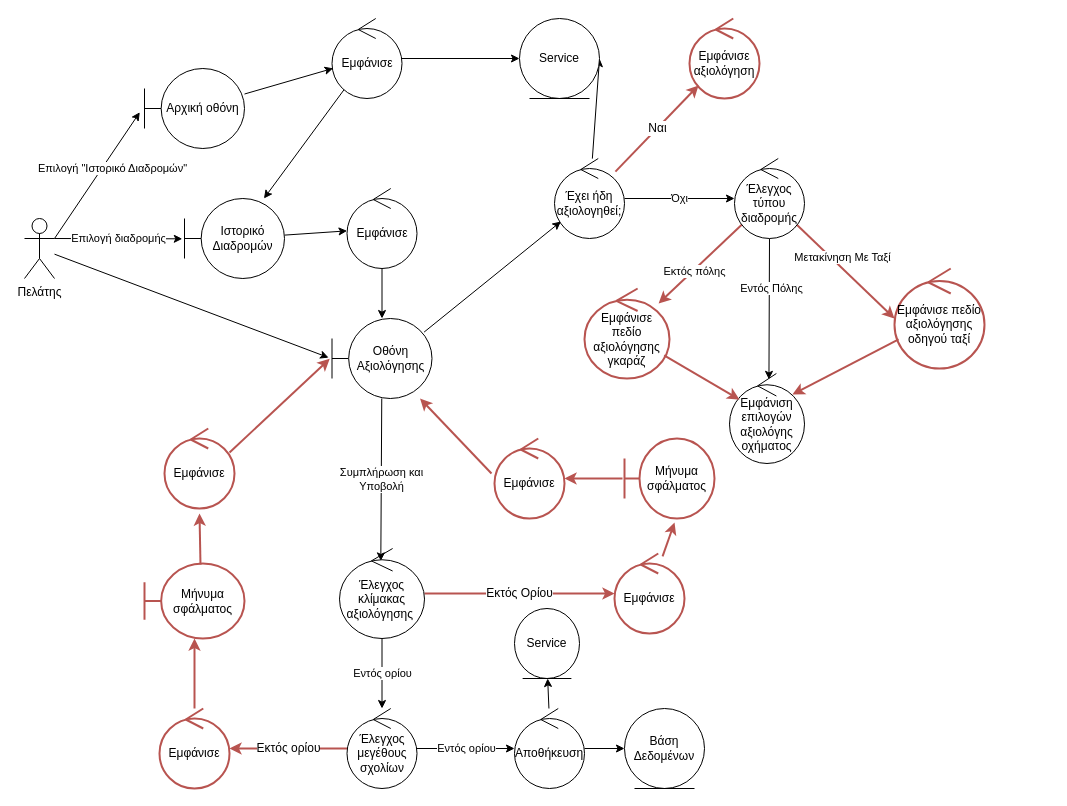
Above: Part_3/Robustness/diagrams/15_Αξιολόγηση.drawio in Nikolis2002/texnoligia_logismikou (draw.io), before the change. Source tidied: cells renumbered, new cells numbered last; positions are measured from the earlier drawing's top-left corner, leaving out a move shared by most shapes. Both pictures are drawn from the tidied source at 100%, with x=0, y=0 at pixel (24, 18).
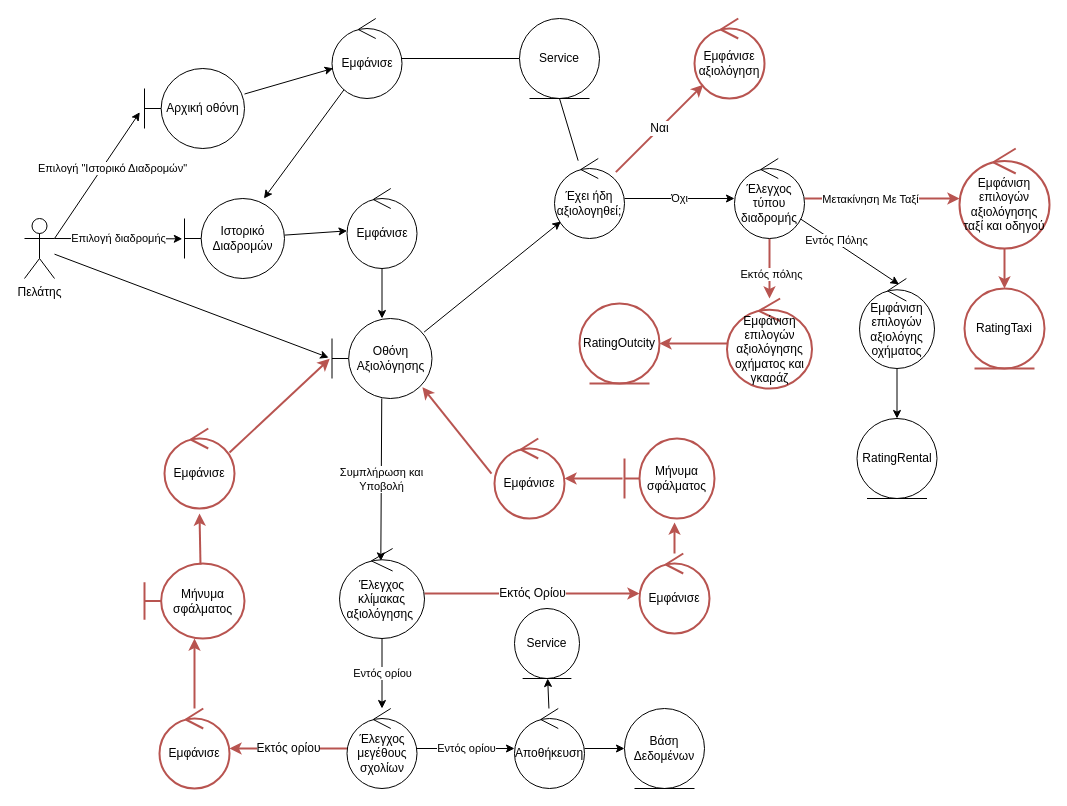
After the change.

Unchanged cells that the change refers to:
```xml
<mxCell id="40" value="Εμφάνισε" style="ellipse;shape=umlControl;whiteSpace=wrap;html=1;" parent="1" vertex="1">
  <mxGeometry x="307.5" width="70" height="80" as="geometry" />
</mxCell>
<mxCell id="44" value="Έχει ήδη αξιολογηθεί;" style="ellipse;shape=umlControl;whiteSpace=wrap;html=1;" parent="1" vertex="1">
  <mxGeometry x="530" y="140" width="70" height="80" as="geometry" />
</mxCell>
<mxCell id="46" value="Service" style="ellipse;shape=umlEntity;whiteSpace=wrap;html=1;" parent="1" vertex="1">
  <mxGeometry x="495" width="80" height="80" as="geometry" />
</mxCell>
<mxCell id="52" value="Εμφάνισε" style="ellipse;shape=umlControl;whiteSpace=wrap;html=1;strokeColor=#b85450;fillColor=none;strokeWidth=2;" parent="1" vertex="1">
  <mxGeometry x="470" y="420" width="70" height="80" as="geometry" />
</mxCell>
<mxCell id="59" value="Οθόνη Αξιολόγησης" style="shape=umlBoundary;whiteSpace=wrap;html=1;" parent="1" vertex="1">
  <mxGeometry x="307.5" y="300" width="100" height="80" as="geometry" />
</mxCell>
```

Change to the diagram source:
```diff
@@
+    <mxCell id="60" style="edgeStyle=none;html=1;" parent="1" edge="1" source="16" target="64">
+      <mxGeometry relative="1" as="geometry" />
+    </mxCell>
     <mxCell id="16" value="Εμφάνιση επιλογών αξιολόγης οχήματος" style="ellipse;shape=umlControl;whiteSpace=wrap;html=1;fillColor=default;strokeColor=default;strokeWidth=1;" parent="1" vertex="1">
-      <mxGeometry x="705" y="355" width="75" height="90" as="geometry" />
+      <mxGeometry x="835" y="260" width="75" height="90" as="geometry" />
     </mxCell>
@@
-    <mxCell id="28" style="edgeStyle=none;html=1;entryX=0.133;entryY=0.289;entryDx=0;entryDy=0;entryPerimeter=0;fontSize=12;fillColor=none;strokeColor=#b85450;strokeWidth=2;" parent="1" edge="1" source="29" target="16">
-      <mxGeometry relative="1" as="geometry" />
-    </mxCell>
+    <mxCell id="61" style="edgeStyle=none;html=1;fontSize=12;fillColor=none;strokeColor=#b85450;strokeWidth=2;" parent="1" edge="1" source="29" target="65">
+      <mxGeometry relative="1" as="geometry" />
+    </mxCell>
-    <mxCell id="29" value="Εμφάνισε πεδίο αξιολόγησης γκαράζ" style="ellipse;shape=umlControl;whiteSpace=wrap;html=1;strokeColor=#b85450;fillColor=none;strokeWidth=2;" parent="1" vertex="1">
-      <mxGeometry x="560" y="270" width="85" height="90" as="geometry" />
+    <mxCell id="29" value="Εμφάνιση επιλογών αξιολόγησης οχήματος και γκαράζ" style="ellipse;shape=umlControl;whiteSpace=wrap;html=1;strokeColor=#b85450;fillColor=none;strokeWidth=2;" parent="1" vertex="1">
+      <mxGeometry x="702.5" y="280" width="85" height="90" as="geometry" />
     </mxCell>
-    <mxCell id="30" style="edgeStyle=none;html=1;entryX=0.84;entryY=0.233;entryDx=0;entryDy=0;entryPerimeter=0;fontSize=12;fillColor=none;strokeColor=#b85450;strokeWidth=2;" parent="1" edge="1" source="31" target="16">
-      <mxGeometry relative="1" as="geometry" />
-    </mxCell>
+    <mxCell id="62" style="edgeStyle=none;html=1;fontSize=12;fillColor=none;strokeColor=#b85450;strokeWidth=2;" parent="1" edge="1" source="31" target="63">
+      <mxGeometry relative="1" as="geometry" />
+    </mxCell>
-    <mxCell id="31" value="Εμφάνισε πεδίο αξιολόγησης οδηγού ταξί" style="ellipse;shape=umlControl;whiteSpace=wrap;html=1;strokeColor=#b85450;fillColor=none;strokeWidth=2;" parent="1" vertex="1">
-      <mxGeometry x="870" y="250" width="90" height="100" as="geometry" />
+    <mxCell id="31" value="Εμφάνιση επιλογών αξιολόγησης ταξί και οδηγού" style="ellipse;shape=umlControl;whiteSpace=wrap;html=1;strokeColor=#b85450;fillColor=none;strokeWidth=2;" parent="1" vertex="1">
+      <mxGeometry x="935" y="130" width="90" height="100" as="geometry" />
     </mxCell>
@@
     <mxCell id="33" value="Εμφάνισε" style="ellipse;shape=umlControl;whiteSpace=wrap;html=1;strokeColor=#b85450;fillColor=none;strokeWidth=2;" parent="1" vertex="1">
-      <mxGeometry x="590" y="535" width="70" height="80" as="geometry" />
+      <mxGeometry x="615" y="535" width="70" height="80" as="geometry" />
     </mxCell>
@@
-    <mxCell id="39" style="edgeStyle=none;html=1;entryX=0;entryY=0.5;entryDx=0;entryDy=0;" parent="1" edge="1" source="40" target="46">
+    <mxCell id="39" style="edgeStyle=none;html=1;entryX=0;entryY=0.5;entryDx=0;entryDy=0;endArrow=none;endFill=0;" parent="1" edge="1" source="40" target="46">
       <mxGeometry relative="1" as="geometry" />
     </mxCell>
@@
-    <mxCell id="42" style="edgeStyle=none;html=1;entryX=1;entryY=0.5;entryDx=0;entryDy=0;" parent="1" edge="1" source="44" target="46">
+    <mxCell id="42" style="edgeStyle=none;html=1;entryX=0.5;entryY=1;entryDx=0;entryDy=0;endArrow=none;endFill=0;" parent="1" edge="1" source="44" target="46">
       <mxGeometry relative="1" as="geometry" />
     </mxCell>
@@
     <mxCell id="45" value="Εμφάνισε&lt;br&gt;αξιολόγηση" style="ellipse;shape=umlControl;whiteSpace=wrap;html=1;fillColor=none;strokeColor=#b85450;strokeWidth=2;" parent="1" vertex="1">
-      <mxGeometry x="665" width="70" height="80" as="geometry" />
+      <mxGeometry x="670" width="70" height="80" as="geometry" />
     </mxCell>
@@
-    <mxCell id="53" style="edgeStyle=none;html=1;fontSize=12;fillColor=none;strokeColor=#b85450;strokeWidth=2;exitX=-0.043;exitY=0.438;exitDx=0;exitDy=0;exitPerimeter=0;" parent="1" edge="1" source="52" target="59">
+    <mxCell id="53" style="edgeStyle=none;html=1;fontSize=12;fillColor=none;strokeColor=#b85450;strokeWidth=2;exitX=-0.043;exitY=0.438;exitDx=0;exitDy=0;exitPerimeter=0;entryX=0.904;entryY=0.858;entryDx=0;entryDy=0;entryPerimeter=0;" parent="1" edge="1" source="52" target="59">
       <mxGeometry relative="1" as="geometry" />
     </mxCell>
@@
+    <mxCell id="63" value="RatingTaxi" style="ellipse;shape=umlEntity;whiteSpace=wrap;html=1;fillColor=none;strokeColor=#b85450;strokeWidth=2;" parent="1" vertex="1">
+      <mxGeometry x="940" y="270" width="80" height="80" as="geometry" />
+    </mxCell>
+    <mxCell id="64" value="RatingRental" style="ellipse;shape=umlEntity;whiteSpace=wrap;html=1;" parent="1" vertex="1">
+      <mxGeometry x="832.5" y="400" width="80" height="80" as="geometry" />
+    </mxCell>
+    <mxCell id="65" value="RatingOutcity" style="ellipse;shape=umlEntity;whiteSpace=wrap;html=1;fillColor=none;strokeColor=#b85450;strokeWidth=2;" parent="1" vertex="1">
+      <mxGeometry x="555" y="285" width="80" height="80" as="geometry" />
+    </mxCell>
```
